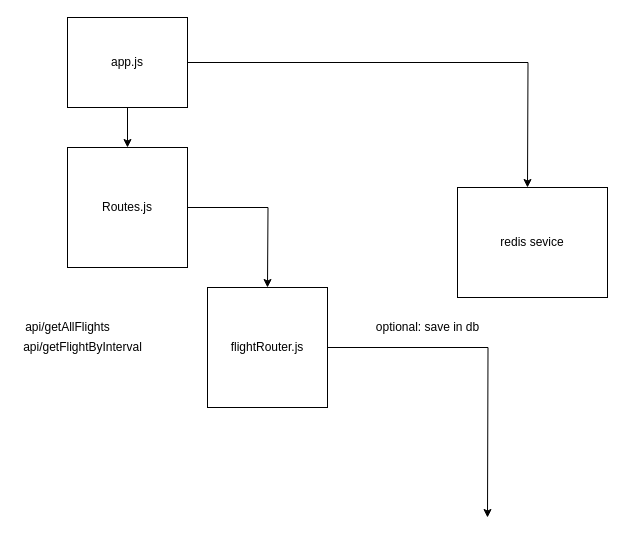
This is page "Back" (3 of 3) of FlightBoard.drawio from bariudin777/Atriis-Flight-app, a draw.io file, before an edit. Source tidied: cells renumbered, new cells numbered last; positions are measured from the earlier drawing's top-left corner, leaving out a move shared by most shapes. Both pictures are drawn from the tidied source at 100%, with x=0, y=0 at pixel (17, 17).
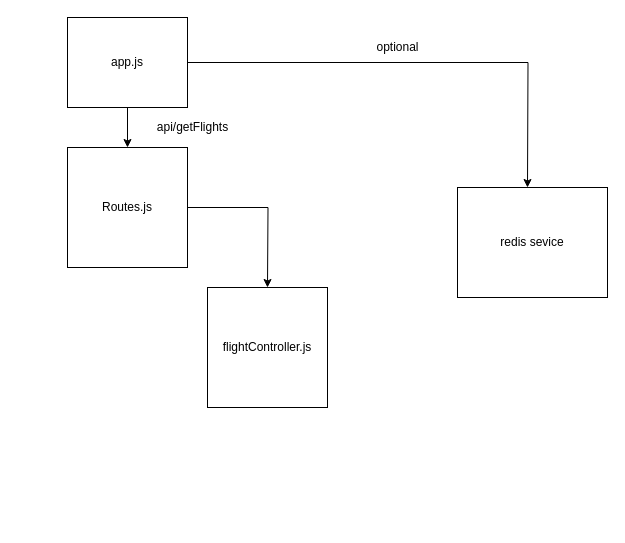
The same page after the edit.

Diff of the diagram source:
```diff
@@
 <mxGraphModel>
   <root>
     <mxCell id="0" />
     <mxCell id="1" parent="0" />
     <mxCell id="2" style="edgeStyle=orthogonalEdgeStyle;rounded=0;jettySize=auto;html=1;exitX=0.5;exitY=1;exitDx=0;exitDy=0;entryX=0.5;entryY=0;entryDx=0;entryDy=0;" parent="1" edge="1" source="4" target="6">
       <mxGeometry relative="1" as="geometry" />
     </mxCell>
     <mxCell id="3" style="edgeStyle=orthogonalEdgeStyle;rounded=0;jettySize=auto;html=1;exitX=1;exitY=0.5;exitDx=0;exitDy=0;" parent="1" edge="1" source="4">
       <mxGeometry relative="1" as="geometry">
         <mxPoint x="510" y="170" as="targetPoint" />
       </mxGeometry>
     </mxCell>
     <mxCell id="4" value="app.js" style="rounded=0;whiteSpace=wrap;html=1;" parent="1" vertex="1">
       <mxGeometry x="50" width="120" height="90" as="geometry" />
     </mxCell>
     <mxCell id="5" style="edgeStyle=orthogonalEdgeStyle;rounded=0;jettySize=auto;html=1;exitX=1;exitY=0.5;exitDx=0;exitDy=0;" parent="1" edge="1" source="6">
       <mxGeometry relative="1" as="geometry">
         <mxPoint x="250" y="270" as="targetPoint" />
       </mxGeometry>
     </mxCell>
     <mxCell id="6" value="Routes.js" style="whiteSpace=wrap;html=1;" parent="1" vertex="1">
       <mxGeometry x="50" y="130" width="120" height="120" as="geometry" />
     </mxCell>
-    <mxCell id="7" style="edgeStyle=orthogonalEdgeStyle;rounded=0;jettySize=auto;html=1;exitX=1;exitY=0.5;exitDx=0;exitDy=0;" parent="1" edge="1" source="8">
-      <mxGeometry relative="1" as="geometry">
-        <mxPoint x="470" y="500" as="targetPoint" />
-      </mxGeometry>
-    </mxCell>
-    <mxCell id="8" value="flightRouter.js" style="whiteSpace=wrap;html=1;" parent="1" vertex="1">
+    <mxCell id="8" value="flightController.js" style="whiteSpace=wrap;html=1;" parent="1" vertex="1">
       <mxGeometry x="190" y="270" width="120" height="120" as="geometry" />
     </mxCell>
     <mxCell id="9" value="redis sevice" style="whiteSpace=wrap;html=1;" parent="1" vertex="1">
       <mxGeometry x="440" y="170" width="150" height="110" as="geometry" />
     </mxCell>
-    <mxCell id="10" value="api/getAllFlights" style="text;html=1;align=center;verticalAlign=middle;strokeColor=none;fillColor=none;" parent="1" vertex="1">
-      <mxGeometry y="300" width="100" height="20" as="geometry" />
+    <mxCell id="10" value="api/getFlights" style="text;html=1;align=center;verticalAlign=middle;strokeColor=none;fillColor=none;" parent="1" vertex="1">
+      <mxGeometry x="130" y="100" width="90" height="20" as="geometry" />
     </mxCell>
-    <mxCell id="11" value="api/getFlightByInterval" style="text;html=1;align=center;verticalAlign=middle;strokeColor=none;fillColor=none;" parent="1" vertex="1">
-      <mxGeometry y="320" width="130" height="20" as="geometry" />
-    </mxCell>
-    <mxCell id="12" value="optional: save in db" style="text;html=1;align=center;verticalAlign=middle;strokeColor=none;fillColor=none;" parent="1" vertex="1">
-      <mxGeometry x="350" y="300" width="120" height="20" as="geometry" />
-    </mxCell>
+    <mxCell id="13" value="optional" style="text;html=1;align=center;verticalAlign=middle;strokeColor=none;fillColor=none;" parent="1" vertex="1">
+      <mxGeometry x="350" y="20" width="60" height="20" as="geometry" />
+    </mxCell>
   </root>
 </mxGraphModel>
```
